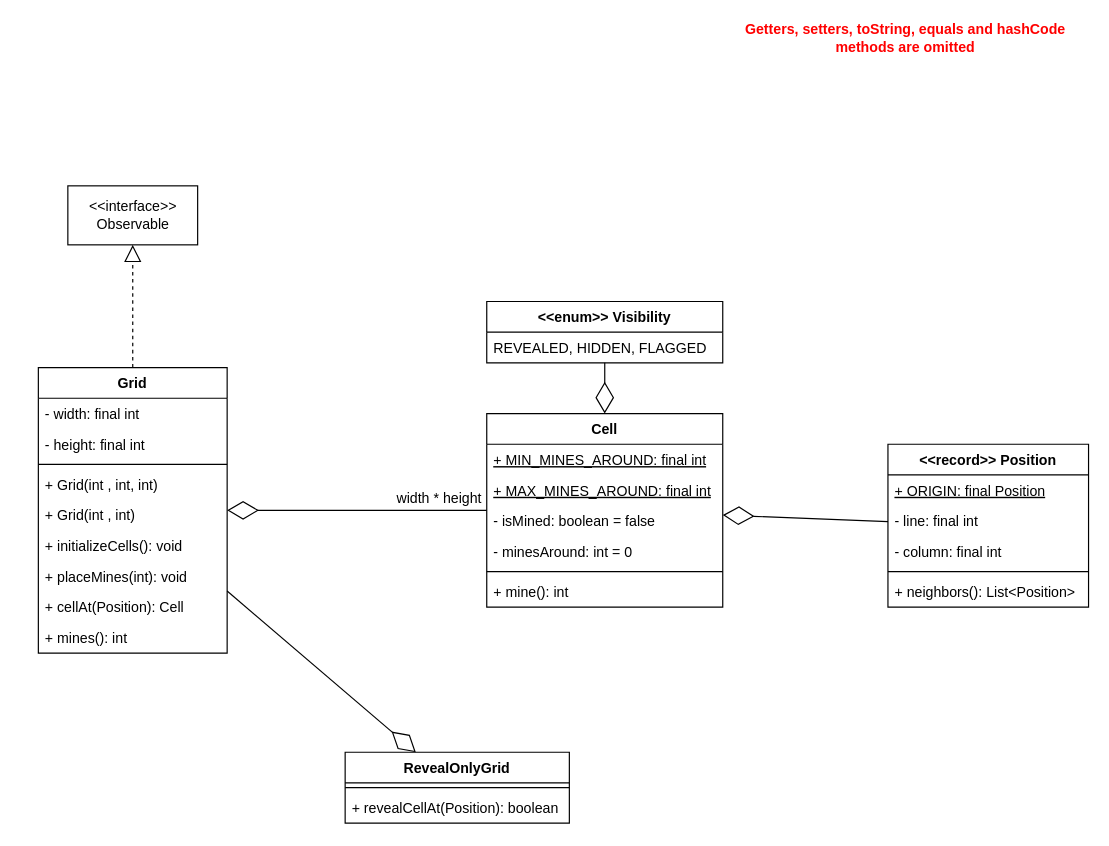
Above: specification/model.drawio in mgmu/minesweeper (draw.io), before the change. Source tidied: cells renumbered, new cells numbered last; positions are measured from the earlier drawing's top-left corner, leaving out a move shared by most shapes. Both pictures are drawn from the tidied source at 118%, with x=0, y=0 at pixel (38, 20).
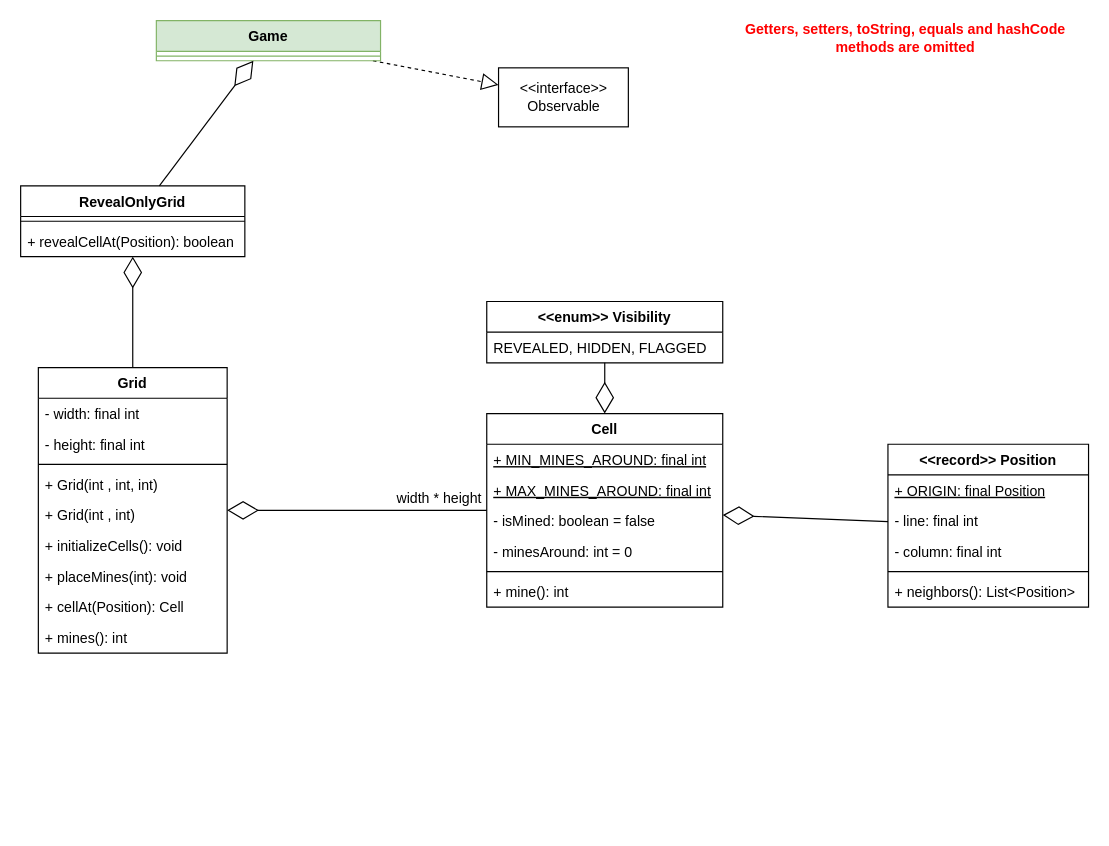
After the change.

Commit message (it also covers changes not shown here):
Add Game class

The change refers to these unchanged cells:
```xml
<mxCell id="2" value="Grid" style="swimlane;fontStyle=1;align=center;verticalAlign=top;horizontal=1;startSize=26;" parent="1" vertex="1">
  <mxGeometry y="294" width="160" height="242" as="geometry" />
</mxCell>
```

Diff of the diagram source:
```diff
@@
     <mxCell id="32" value="&amp;lt;&amp;lt;interface&amp;gt;&amp;gt;&lt;br&gt;Observable" style="html=1;" parent="1" vertex="1">
-      <mxGeometry x="25" y="140" width="110" height="50" as="geometry" />
+      <mxGeometry x="390" y="40" width="110" height="50" as="geometry" />
     </mxCell>
-    <mxCell id="33" style="endArrow=block;dashed=1;endFill=0;endSize=12;html=1;rounded=0;" parent="1" edge="1" source="2" target="32">
+    <mxCell id="33" style="endArrow=block;dashed=1;endFill=0;endSize=12;html=1;rounded=0;" parent="1" edge="1" source="38" target="32">
       <mxGeometry relative="1" as="geometry" />
     </mxCell>
     <mxCell id="34" value="RevealOnlyGrid" style="swimlane;fontStyle=1;align=center;verticalAlign=top;horizontal=1;startSize=26;" parent="1" vertex="1">
-      <mxGeometry x="260" y="620" width="190" height="60" as="geometry" />
+      <mxGeometry x="-15" y="140" width="190" height="60" as="geometry" />
     </mxCell>
@@
+    <mxCell id="38" value="Game" style="swimlane;fontStyle=1;align=center;verticalAlign=top;horizontal=1;startSize=26;fillColor=#d5e8d4;strokeColor=#82b366;" parent="1" vertex="1">
+      <mxGeometry x="100" width="190" height="34" as="geometry" />
+    </mxCell>
+    <mxCell id="39" style="line;strokeWidth=1;fillColor=none;align=left;verticalAlign=middle;spacingTop=-1;spacingLeft=3;spacingRight=3;labelPosition=right;strokeColor=inherit;" parent="38" vertex="1">
+      <mxGeometry y="26" width="190" height="8" as="geometry" />
+    </mxCell>
+    <mxCell id="40" style="endArrow=diamondThin;endFill=0;endSize=24;html=1;rounded=0;" parent="1" edge="1" source="34" target="38">
+      <mxGeometry relative="1" as="geometry" />
+    </mxCell>
```
